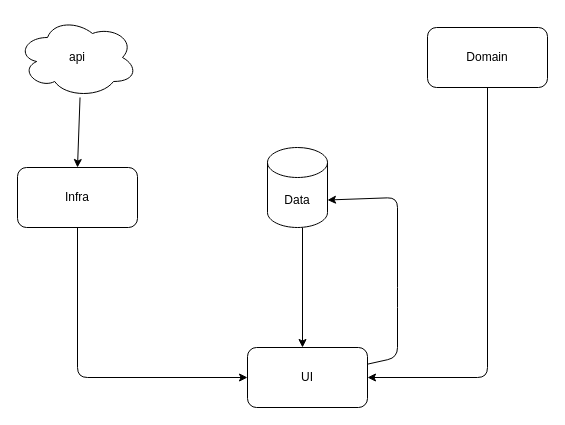
Earlier version of the draw.io diagram AleStore/Architeture.drawio (AbrantesMar/AleStore). Source tidied: cells renumbered, new cells numbered last; positions are measured from the earlier drawing's top-left corner, leaving out a move shared by most shapes. Both pictures are drawn from the tidied source at 100%, with x=0, y=0 at pixel (17, 17).
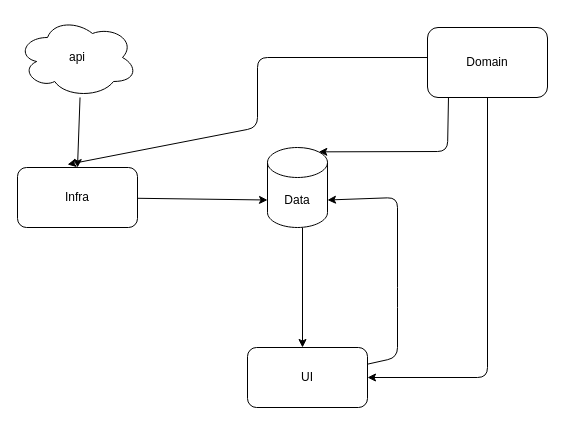
After the change.

Unchanged cells that the change refers to:
```xml
<mxCell id="6" value="Infra" style="rounded=1;whiteSpace=wrap;html=1;" parent="1" vertex="1">
  <mxGeometry y="150" width="120" height="60" as="geometry" />
</mxCell>
<mxCell id="8" value="UI&lt;br&gt;" style="rounded=1;whiteSpace=wrap;html=1;" parent="1" vertex="1">
  <mxGeometry x="230" y="330" width="120" height="60" as="geometry" />
</mxCell>
<mxCell id="11" value="Data" style="shape=cylinder3;whiteSpace=wrap;html=1;boundedLbl=1;backgroundOutline=1;size=15;" parent="1" vertex="1">
  <mxGeometry x="250" y="130" width="60" height="80" as="geometry" />
</mxCell>
```

The edit, as a diff of the source:
```diff
@@
+    <mxCell id="12" style="edgeStyle=none;html=1;entryX=0.417;entryY=-0.05;entryDx=0;entryDy=0;entryPerimeter=0;exitX=0;exitY=0.429;exitDx=0;exitDy=0;exitPerimeter=0;" parent="1" edge="1" source="4" target="6">
+      <mxGeometry relative="1" as="geometry">
+        <Array as="points">
+          <mxPoint x="240" y="40" />
+          <mxPoint x="240" y="110" />
+        </Array>
+      </mxGeometry>
+    </mxCell>
+    <mxCell id="13" style="edgeStyle=none;html=1;entryX=0.855;entryY=0;entryDx=0;entryDy=4.35;entryPerimeter=0;exitX=0.175;exitY=0.986;exitDx=0;exitDy=0;exitPerimeter=0;" parent="1" edge="1" source="4" target="11">
+      <mxGeometry relative="1" as="geometry">
+        <Array as="points">
+          <mxPoint x="430" y="134" />
+        </Array>
+      </mxGeometry>
+    </mxCell>
     <mxCell id="4" value="Domain" style="rounded=1;whiteSpace=wrap;html=1;" parent="1" vertex="1">
-      <mxGeometry x="410" y="10" width="120" height="60" as="geometry" />
+      <mxGeometry x="410" y="10" width="120" height="70" as="geometry" />
     </mxCell>
-    <mxCell id="5" style="edgeStyle=none;html=1;entryX=0;entryY=0.5;entryDx=0;entryDy=0;" parent="1" edge="1" source="6" target="8">
-      <mxGeometry relative="1" as="geometry">
-        <Array as="points">
-          <mxPoint x="60" y="360" />
-        </Array>
-      </mxGeometry>
-    </mxCell>
+    <mxCell id="14" style="edgeStyle=none;html=1;entryX=0;entryY=0;entryDx=0;entryDy=52.5;entryPerimeter=0;" parent="1" edge="1" source="6" target="11">
+      <mxGeometry relative="1" as="geometry" />
+    </mxCell>
```
